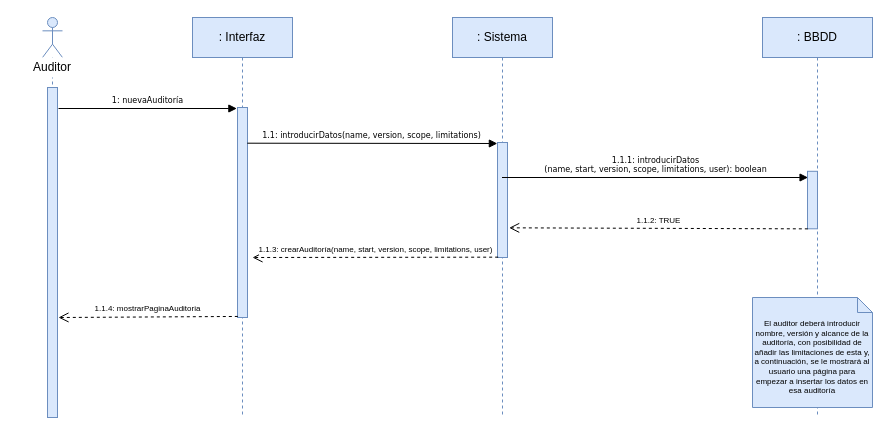
Above: page "CrearAuditoría" (3 of 5) of sequenceDiagram.drawio in Carrivax/diagrams (draw.io), before the change. Source tidied: cells renumbered, new cells numbered last; positions are measured from the earlier drawing's top-left corner, leaving out a move shared by most shapes. Both pictures are drawn from the tidied source at 100%, with x=0, y=0 at pixel (17, 17).
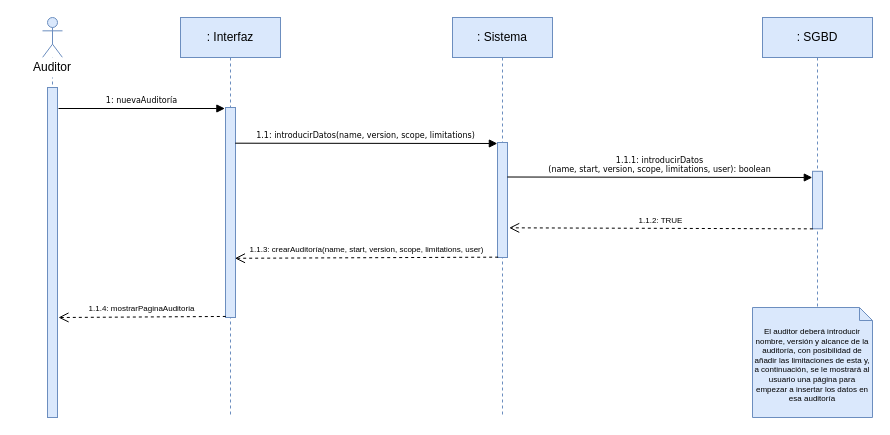
Above is the later version.

The change refers to these unchanged cells:
```xml
<mxCell id="7" value=": Sistema" style="shape=umlLifeline;perimeter=lifelinePerimeter;whiteSpace=wrap;html=1;outlineConnect=0;fillColor=#dae8fc;strokeColor=#6c8ebf;" parent="1" vertex="1">
  <mxGeometry x="435" width="100" height="400" as="geometry" />
</mxCell>
<mxCell id="8" style="html=1;points=[];perimeter=orthogonalPerimeter;fillColor=#dae8fc;strokeColor=#6c8ebf;" parent="7" vertex="1">
  <mxGeometry x="45" y="125" width="10" height="115" as="geometry" />
</mxCell>
```

What changed in the source:
```diff
@@
     <mxCell id="4" value=": Interfaz" style="shape=umlLifeline;perimeter=lifelinePerimeter;whiteSpace=wrap;html=1;fillColor=#dae8fc;strokeColor=#6c8ebf;" parent="1" vertex="1">
-      <mxGeometry x="175" width="100" height="400" as="geometry" />
+      <mxGeometry x="163" width="100" height="400" as="geometry" />
     </mxCell>
@@
-    <mxCell id="9" value=": BBDD" style="shape=umlLifeline;perimeter=lifelinePerimeter;whiteSpace=wrap;html=1;fillColor=#dae8fc;strokeColor=#6c8ebf;" parent="1" vertex="1">
+    <mxCell id="9" value=": SGBD" style="shape=umlLifeline;perimeter=lifelinePerimeter;whiteSpace=wrap;html=1;fillColor=#dae8fc;strokeColor=#6c8ebf;" parent="1" vertex="1">
       <mxGeometry x="745" width="110" height="400" as="geometry" />
     </mxCell>
     <mxCell id="10" style="html=1;points=[];perimeter=orthogonalPerimeter;fillColor=#dae8fc;strokeColor=#6c8ebf;" parent="9" vertex="1">
-      <mxGeometry x="45" y="153.8" width="10" height="57.5" as="geometry" />
+      <mxGeometry x="50" y="153.8" width="10" height="57.5" as="geometry" />
     </mxCell>
-    <mxCell id="11" value="&lt;div align=&quot;center&quot;&gt;El auditor deberá introducir nombre, versión y alcance de la auditoría, con posibilidad de añadir las limitaciones de esta y, a continuación, se le mostrará al usuario una página para empezar a insertar los datos en esa auditoría&lt;br&gt;&lt;/div&gt;" style="shape=note2;boundedLbl=1;whiteSpace=wrap;html=1;size=15;verticalAlign=top;align=center;fontSize=8;fillColor=#dae8fc;strokeColor=#6c8ebf;" parent="9" vertex="1">
-      <mxGeometry x="-10" y="280" width="120" height="110" as="geometry" />
+    <mxCell id="11" value="&lt;div align=&quot;center&quot;&gt;El auditor deberá introducir nombre, versión y alcance de la auditoría, con posibilidad de añadir las limitaciones de esta y, a continuación, se le mostrará al usuario una página para empezar a insertar los datos en esa auditoría&lt;br&gt;&lt;/div&gt;" style="shape=note2;boundedLbl=1;whiteSpace=wrap;html=1;size=13;verticalAlign=top;align=center;fontSize=8;fillColor=#dae8fc;strokeColor=#6c8ebf;" parent="9" vertex="1">
+      <mxGeometry x="-10" y="290" width="120" height="110" as="geometry" />
     </mxCell>
     <mxCell id="12" style="html=1;points=[];perimeter=orthogonalPerimeter;fillColor=#dae8fc;strokeColor=#6c8ebf;" parent="1" vertex="1">
-      <mxGeometry x="220" y="90" width="10" height="210" as="geometry" />
+      <mxGeometry x="208" y="90" width="10" height="210" as="geometry" />
     </mxCell>
@@
-    <mxCell id="15" value="&lt;div style=&quot;font-size: 8px&quot;&gt;1.1.1: introducirDatos&lt;/div&gt;&lt;div style=&quot;font-size: 8px&quot;&gt;(name, start, version, scope, limitations, user): boolean&lt;br style=&quot;font-size: 8px&quot;&gt;&lt;/div&gt;" style="html=1;verticalAlign=bottom;endArrow=block;labelBackgroundColor=none;fontFamily=Verdana;fontSize=8;edgeStyle=elbowEdgeStyle;elbow=vertical;entryX=0.057;entryY=0.109;entryDx=0;entryDy=0;entryPerimeter=0;" parent="1" edge="1" source="7" target="10">
+    <mxCell id="15" value="&lt;div style=&quot;font-size: 8px&quot;&gt;1.1.1: introducirDatos&lt;/div&gt;&lt;div style=&quot;font-size: 8px&quot;&gt;(name, start, version, scope, limitations, user): boolean&lt;br style=&quot;font-size: 8px&quot;&gt;&lt;/div&gt;" style="html=1;verticalAlign=bottom;endArrow=block;labelBackgroundColor=none;fontFamily=Verdana;fontSize=8;edgeStyle=elbowEdgeStyle;elbow=vertical;entryX=-0.019;entryY=0.1;entryDx=0;entryDy=0;entryPerimeter=0;exitX=0.981;exitY=0.3;exitDx=0;exitDy=0;exitPerimeter=0;" parent="1" edge="1" source="8" target="10">
       <mxGeometry relative="1" as="geometry" />
     </mxCell>
@@
-    <mxCell id="17" value="1.1.3: crearAuditoría(name, start, version, scope, limitations, user)" style="html=1;verticalAlign=bottom;endArrow=open;dashed=1;endSize=8;fontSize=8;exitX=0.067;exitY=0.997;exitDx=0;exitDy=0;exitPerimeter=0;" parent="1" edge="1" source="8">
-      <mxGeometry relative="1" as="geometry">
-        <mxPoint x="235" y="240" as="targetPoint" />
-      </mxGeometry>
+    <mxCell id="17" value="1.1.3: crearAuditoría(name, start, version, scope, limitations, user)" style="html=1;verticalAlign=bottom;endArrow=open;dashed=1;endSize=8;fontSize=8;exitX=0.067;exitY=0.997;exitDx=0;exitDy=0;exitPerimeter=0;entryX=0.943;entryY=0.718;entryDx=0;entryDy=0;entryPerimeter=0;" parent="1" edge="1" source="8" target="12">
+      <mxGeometry relative="1" as="geometry" />
     </mxCell>
```
